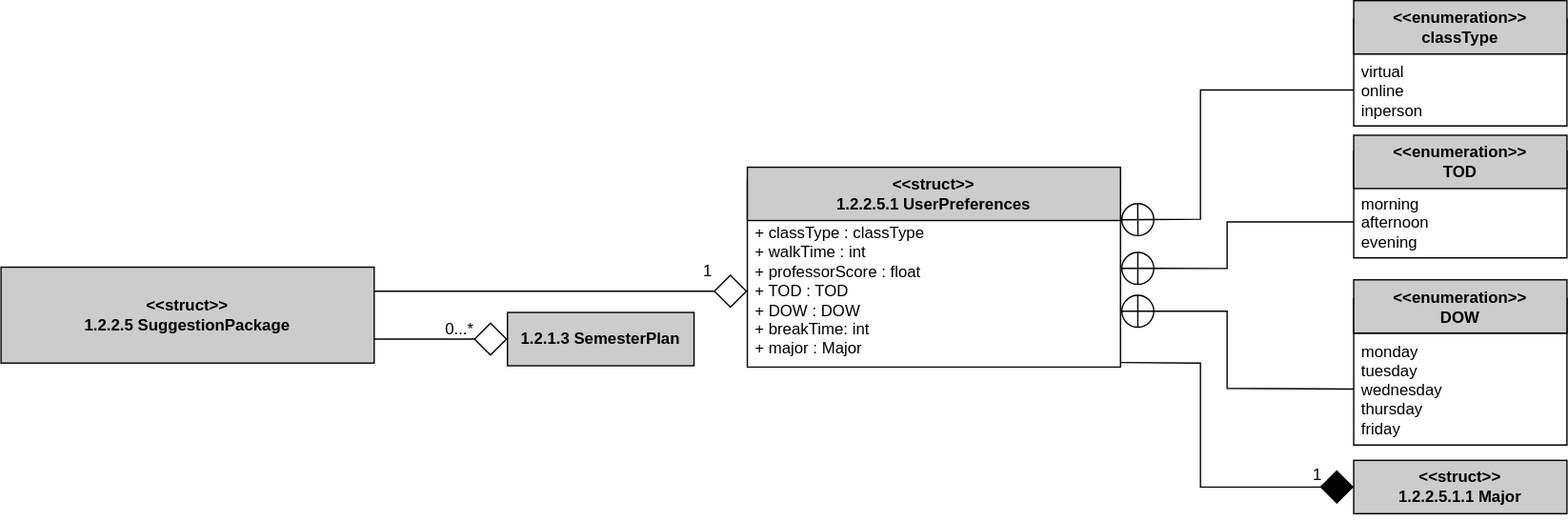
Above: Logic/TeamTwoFiles/1.2.2.5.1UserPreferencesClassDiagram.svg in MckennahPalmer/CSE430 (draw.io), before the change. Source tidied: cells renumbered, new cells last; positions are measured from the earlier drawing's top-left corner, leaving out a move shared by most shapes.
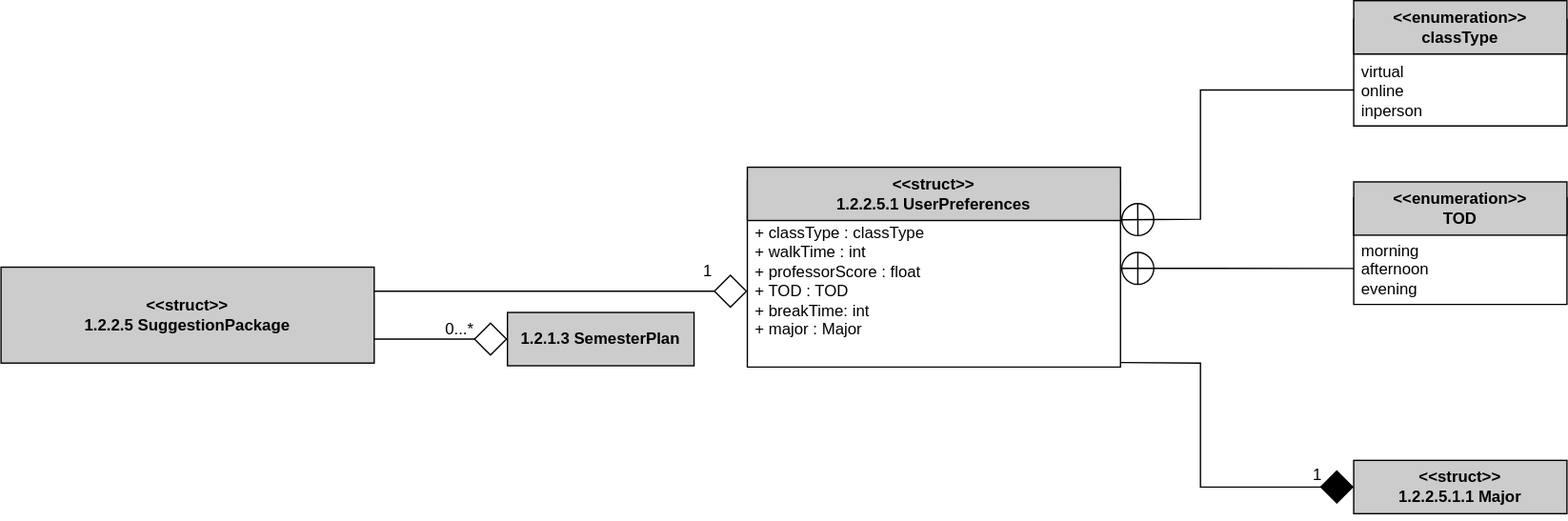
The same file after the commit.

Change to the diagram source:
```diff
@@ -5,7 +5,7 @@
     <mxCell id="2" value="SuggestionPackage" style="swimlane;fontStyle=1;align=center;verticalAlign=top;horizontal=1;startSize=26;whiteSpace=wrap;html=1;fillColor=#CCCCCC;" parent="1" vertex="1">
       <mxGeometry x="560" y="135" width="280" height="140" as="geometry" />
     </mxCell>
-    <mxCell id="3" value="+ classType : classType&lt;br&gt;+ walkTime : int&lt;br&gt;+ professorScore : float&lt;br&gt;+ TOD : TOD&lt;br&gt;+ DOW : DOW&lt;br&gt;+ breakTime: int&lt;br&gt;+ major : Major&lt;div&gt;&lt;br&gt;&lt;/div&gt;" style="text;strokeColor=none;fillColor=none;align=left;verticalAlign=top;spacingLeft=4;spacingRight=4;overflow=hidden;points=[[0,0.2,0,0,0],[0,0.4,0,0,0],[0,0.6,0,0,0],[0,0.8,0,0,0],[1,0.03,0,0,0],[1,0.35,0,0,0],[1,0.65,0,0,0],[1,0.97,0,0,0]];portConstraint=eastwest;whiteSpace=wrap;html=1;" parent="2" vertex="1">
+    <mxCell id="3" value="+ classType : classType&lt;br&gt;+ walkTime : int&lt;br&gt;+ professorScore : float&lt;br&gt;+ TOD : TOD&lt;br&gt;+ breakTime: int&lt;br&gt;+ major : Major&lt;div&gt;&lt;br&gt;&lt;/div&gt;" style="text;strokeColor=none;fillColor=none;align=left;verticalAlign=top;spacingLeft=4;spacingRight=4;overflow=hidden;points=[[0,0.2,0,0,0],[0,0.4,0,0,0],[0,0.6,0,0,0],[0,0.8,0,0,0],[1,0.03,0,0,0],[1,0.35,0,0,0],[1,0.65,0,0,0],[1,0.97,0,0,0]];portConstraint=eastwest;whiteSpace=wrap;html=1;" parent="2" vertex="1">
       <mxGeometry y="26" width="280" height="114" as="geometry" />
     </mxCell>
     <mxCell id="4" value="&lt;b&gt;&amp;lt;&amp;lt;struct&amp;gt;&amp;gt;&lt;br style=&quot;border-color: var(--border-color);&quot;&gt;1.2.2.5 SuggestionPackage&lt;/b&gt;" style="rounded=0;whiteSpace=wrap;html=1;fillColor=#CCCCCC;" parent="1" vertex="1">
@@ -24,23 +24,14 @@
       <mxGeometry x="1015" width="160" height="40" as="geometry" />
     </mxCell>
     <mxCell id="9" value="SuggestionPackage" style="swimlane;fontStyle=1;align=center;verticalAlign=top;horizontal=1;startSize=26;whiteSpace=wrap;html=1;fillColor=#CCCCCC;" parent="1" vertex="1">
-      <mxGeometry x="1015" y="113" width="160" height="80" as="geometry" />
+      <mxGeometry x="1015" y="148" width="160" height="80" as="geometry" />
     </mxCell>
     <mxCell id="10" value="morning&lt;br&gt;afternoon&lt;br&gt;evening" style="text;strokeColor=none;fillColor=none;align=left;verticalAlign=top;spacingLeft=4;spacingRight=4;overflow=hidden;points=[[0,0.5],[1,0.5]];portConstraint=eastwest;whiteSpace=wrap;html=1;" parent="9" vertex="1">
       <mxGeometry y="26" width="160" height="54" as="geometry" />
     </mxCell>
     <mxCell id="11" value="&lt;b&gt;&amp;lt;&amp;lt;enumeration&amp;gt;&amp;gt;&lt;br style=&quot;border-color: var(--border-color);&quot;&gt;TOD&lt;br&gt;&lt;/b&gt;" style="rounded=0;whiteSpace=wrap;html=1;fillColor=#CCCCCC;" parent="1" vertex="1">
-      <mxGeometry x="1015" y="101" width="160" height="40" as="geometry" />
+      <mxGeometry x="1015" y="136" width="160" height="40" as="geometry" />
     </mxCell>
-    <mxCell id="12" value="SuggestionPackage" style="swimlane;fontStyle=1;align=center;verticalAlign=top;horizontal=1;startSize=26;whiteSpace=wrap;html=1;fillColor=#CCCCCC;" parent="1" vertex="1">
-      <mxGeometry x="1015" y="223.5" width="160" height="110" as="geometry" />
-    </mxCell>
-    <mxCell id="13" value="monday&lt;br&gt;tuesday&lt;br&gt;wednesday&lt;br&gt;thursday&lt;br&gt;friday" style="text;strokeColor=none;fillColor=none;align=left;verticalAlign=top;spacingLeft=4;spacingRight=4;overflow=hidden;whiteSpace=wrap;html=1;" parent="12" vertex="1">
-      <mxGeometry y="26" width="160" height="84" as="geometry" />
-    </mxCell>
-    <mxCell id="14" value="&lt;b&gt;&amp;lt;&amp;lt;enumeration&amp;gt;&amp;gt;&lt;br style=&quot;border-color: var(--border-color);&quot;&gt;DOW&lt;br&gt;&lt;/b&gt;" style="rounded=0;whiteSpace=wrap;html=1;fillColor=#CCCCCC;" parent="1" vertex="1">
-      <mxGeometry x="1015" y="209.5" width="160" height="40" as="geometry" />
-    </mxCell>
     <mxCell id="15" style="endArrow=diamond;html=1;rounded=0;endFill=0;endSize=23;exitX=1;exitY=0.75;exitDx=0;exitDy=0;entryX=0;entryY=0.5;entryDx=0;entryDy=0;" parent="1" edge="1" source="4" target="16">
       <mxGeometry relative="1" as="geometry" />
     </mxCell>
@@ -74,23 +65,8 @@
       </mxGeometry>
     </mxCell>
     <mxCell id="24" style="endArrow=circlePlus;html=1;rounded=0;endFill=0;endSize=11;entryX=1;entryY=0.35;entryDx=0;entryDy=0;entryPerimeter=0;exitX=0;exitY=0.5;exitDx=0;exitDy=0;" parent="1" edge="1" source="10" target="3">
-      <mxGeometry relative="1" as="geometry">
-        <Array as="points">
-          <mxPoint x="920" y="166" />
-          <mxPoint x="920" y="201" />
-        </Array>
-      </mxGeometry>
+      <mxGeometry relative="1" as="geometry" />
     </mxCell>
-    <mxCell id="25" style="endArrow=circlePlus;html=1;rounded=0;endFill=0;endSize=11;entryX=1;entryY=0.65;entryDx=0;entryDy=0;entryPerimeter=0;exitX=0;exitY=0.5;exitDx=0;exitDy=0;" parent="1" edge="1">
-      <mxGeometry relative="1" as="geometry">
-        <mxPoint x="1015" y="291.5" as="sourcePoint" />
-        <mxPoint x="840" y="233.1" as="targetPoint" />
-        <Array as="points">
-          <mxPoint x="920" y="291" />
-          <mxPoint x="920" y="233" />
-        </Array>
-      </mxGeometry>
-    </mxCell>
     <mxCell id="26" style="endArrow=diamond;html=1;rounded=0;endFill=1;endSize=23;exitX=1;exitY=0.97;exitDx=0;exitDy=0;exitPerimeter=0;entryX=0;entryY=0.5;entryDx=0;entryDy=0;" parent="1" edge="1" source="3" target="22">
       <mxGeometry relative="1" as="geometry">
         <Array as="points">
```
